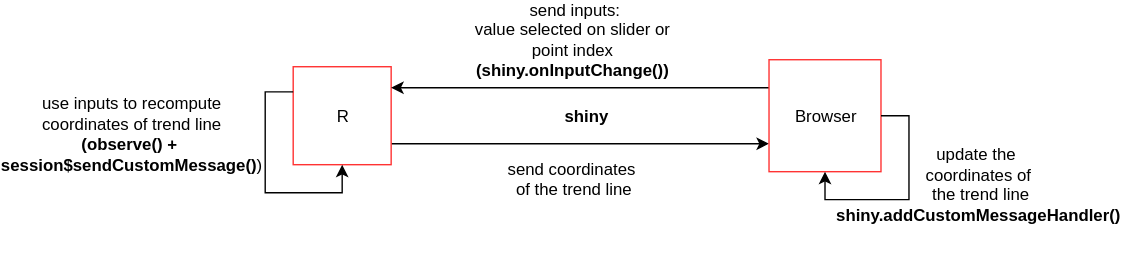
This is report/rmd-dissertation/fig/tl-shiny-diagram.svg from ysoh286/honours-project-2017, a draw.io export, as it was before one commit. Source tidied: cells renumbered, new cells last; positions are measured from the earlier drawing's top-left corner, leaving out a move shared by most shapes. Its diagram source:
```xml
<mxGraphModel background="#ffffff">
  <root>
    <mxCell id="0" />
    <mxCell id="1" parent="0" />
    <mxCell id="2" style="edgeStyle=orthogonalEdgeStyle;rounded=0;html=1;jettySize=auto;strokeColor=#000000;fillColor=#0000FF;entryX=0;entryY=0.75;" parent="1" edge="1" source="3" target="5">
      <mxGeometry relative="1" as="geometry">
        <Array as="points">
          <mxPoint x="350" y="85" />
          <mxPoint x="350" y="85" />
        </Array>
      </mxGeometry>
    </mxCell>
    <mxCell id="3" value="R" style="whiteSpace=wrap;html=1;strokeColor=#FF3333;fillColor=#FFFFFF;" parent="1" vertex="1">
      <mxGeometry x="180" y="30" width="70" height="70" as="geometry" />
    </mxCell>
    <mxCell id="4" style="edgeStyle=orthogonalEdgeStyle;rounded=0;html=1;exitX=0;exitY=0.25;jettySize=auto;strokeColor=#000000;fillColor=#0000FF;" parent="1" edge="1" source="5">
      <mxGeometry relative="1" as="geometry">
        <mxPoint x="250" y="45" as="targetPoint" />
      </mxGeometry>
    </mxCell>
    <mxCell id="5" value="Browser" style="whiteSpace=wrap;html=1;strokeColor=#FF3333;fillColor=#FFFFFF;" parent="1" vertex="1">
      <mxGeometry x="520" y="25" width="80" height="80" as="geometry" />
    </mxCell>
    <mxCell id="6" value="send coordinates&amp;nbsp;&lt;div&gt;of the trend line&lt;/div&gt;" style="text;html=1;strokeColor=none;fillColor=none;align=center;verticalAlign=middle;whiteSpace=wrap;" parent="1" vertex="1">
      <mxGeometry x="330" y="100" width="100" height="20" as="geometry" />
    </mxCell>
    <mxCell id="7" value="&lt;div&gt;&lt;br&gt;&lt;/div&gt;update the&amp;nbsp;&lt;div&gt;&lt;span&gt;coordinates of&lt;/span&gt;&lt;/div&gt;&lt;div&gt;&lt;span&gt;&amp;nbsp;the trend line&lt;/span&gt;&lt;div&gt;&lt;b&gt;shiny.addCustomMessageHandler()&lt;/b&gt;&lt;br&gt;&lt;/div&gt;&lt;/div&gt;" style="text;html=1;strokeColor=none;fillColor=none;align=center;verticalAlign=middle;whiteSpace=wrap;" parent="1" vertex="1">
      <mxGeometry x="610" y="53" width="120" height="105" as="geometry" />
    </mxCell>
    <mxCell id="8" value="&lt;b&gt;&amp;nbsp;&lt;/b&gt;send inputs:&lt;div&gt;value selected on slider or point index&lt;/div&gt;&lt;div&gt;&lt;b&gt;(shiny.onInputChange())&lt;/b&gt;&lt;/div&gt;" style="text;html=1;strokeColor=none;fillColor=none;align=center;verticalAlign=middle;whiteSpace=wrap;" parent="1" vertex="1">
      <mxGeometry x="295" width="170" height="20" as="geometry" />
    </mxCell>
    <mxCell id="9" value="&lt;div&gt;&lt;br&gt;&lt;/div&gt;use inputs to recompute coordinates of trend line&lt;div&gt;&lt;b&gt;(&lt;span&gt;observe() +&amp;nbsp;&lt;/span&gt;&lt;/b&gt;&lt;/div&gt;&lt;div&gt;&lt;b&gt;session$sendCustomMessage()&lt;/b&gt;)&lt;/div&gt;" style="text;html=1;strokeColor=none;fillColor=none;align=center;verticalAlign=middle;whiteSpace=wrap;" parent="1" vertex="1">
      <mxGeometry y="5" width="130" height="130" as="geometry" />
    </mxCell>
    <mxCell id="10" style="edgeStyle=orthogonalEdgeStyle;rounded=0;html=1;exitX=1;exitY=0.5;entryX=0.5;entryY=1;jettySize=auto;orthogonalLoop=1;strokeColor=#000000;fillColor=#0000FF;" parent="1" edge="1" source="5" target="5">
      <mxGeometry relative="1" as="geometry" />
    </mxCell>
    <mxCell id="11" style="edgeStyle=orthogonalEdgeStyle;rounded=0;html=1;exitX=0.5;exitY=1;jettySize=auto;orthogonalLoop=1;strokeColor=#000000;fillColor=#0000FF;" parent="1" edge="1" source="7" target="7">
      <mxGeometry relative="1" as="geometry" />
    </mxCell>
    <mxCell id="12" style="edgeStyle=orthogonalEdgeStyle;rounded=0;html=1;exitX=0;exitY=0.25;entryX=0.5;entryY=1;jettySize=auto;orthogonalLoop=1;strokeColor=#000000;fillColor=#0000FF;" parent="1" edge="1" source="3" target="3">
      <mxGeometry relative="1" as="geometry" />
    </mxCell>
    <mxCell id="13" value="shiny" style="text;html=1;strokeColor=none;fillColor=none;align=center;verticalAlign=middle;whiteSpace=wrap;fontStyle=1;" parent="1" vertex="1">
      <mxGeometry x="370" y="55" width="40" height="20" as="geometry" />
    </mxCell>
  </root>
</mxGraphModel>
```
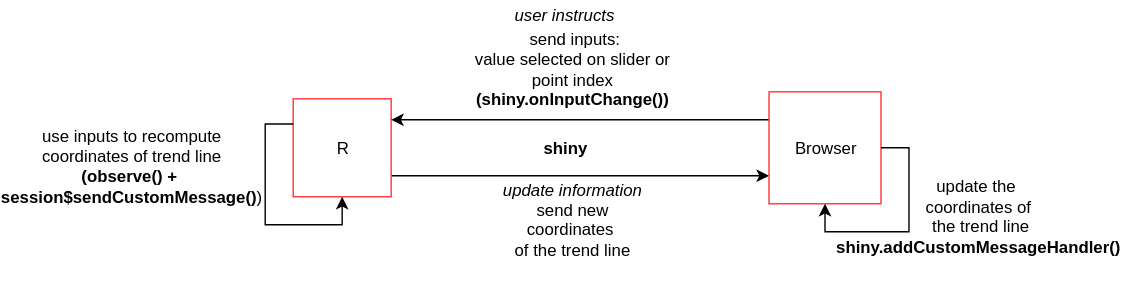
After the commit.

Diff of the diagram source:
```diff
@@ -2,48 +2,54 @@
   <root>
     <mxCell id="0" />
     <mxCell id="1" parent="0" />
-    <mxCell id="2" style="edgeStyle=orthogonalEdgeStyle;rounded=0;html=1;jettySize=auto;strokeColor=#000000;fillColor=#0000FF;entryX=0;entryY=0.75;" parent="1" edge="1" source="3" target="5">
-      <mxGeometry relative="1" as="geometry">
-        <Array as="points">
-          <mxPoint x="350" y="85" />
-          <mxPoint x="350" y="85" />
-        </Array>
-      </mxGeometry>
-    </mxCell>
-    <mxCell id="3" value="R" style="whiteSpace=wrap;html=1;strokeColor=#FF3333;fillColor=#FFFFFF;" parent="1" vertex="1">
-      <mxGeometry x="180" y="30" width="70" height="70" as="geometry" />
+    <mxCell id="3" style="edgeStyle=orthogonalEdgeStyle;rounded=0;html=1;jettySize=auto;strokeColor=#000000;fillColor=#0000FF;entryX=0;entryY=0.75;" parent="1" edge="1" source="5" target="15">
+      <mxGeometry relative="1" as="geometry">
+        <Array as="points">
+          <mxPoint x="432" y="16" />
+          <mxPoint x="432" y="16" />
+        </Array>
+      </mxGeometry>
     </mxCell>
-    <mxCell id="4" style="edgeStyle=orthogonalEdgeStyle;rounded=0;html=1;exitX=0;exitY=0.25;jettySize=auto;strokeColor=#000000;fillColor=#0000FF;" parent="1" edge="1" source="5">
-      <mxGeometry relative="1" as="geometry">
-        <mxPoint x="250" y="45" as="targetPoint" />
-      </mxGeometry>
-    </mxCell>
-    <mxCell id="5" value="Browser" style="whiteSpace=wrap;html=1;strokeColor=#FF3333;fillColor=#FFFFFF;" parent="1" vertex="1">
-      <mxGeometry x="520" y="25" width="80" height="80" as="geometry" />
+    <mxCell id="5" value="R" style="whiteSpace=wrap;html=1;strokeColor=#FF3333;fillColor=#FFFFFF;" parent="1" vertex="1">
+      <mxGeometry x="262" y="-39" width="70" height="70" as="geometry" />
     </mxCell>
+    <mxCell id="14" style="edgeStyle=orthogonalEdgeStyle;rounded=0;html=1;exitX=0;exitY=0.25;jettySize=auto;strokeColor=#000000;fillColor=#0000FF;" parent="1" edge="1" source="15">
+      <mxGeometry relative="1" as="geometry">
+        <mxPoint x="332" y="-24" as="targetPoint" />
+      </mxGeometry>
+    </mxCell>
+    <mxCell id="15" value="Browser" style="whiteSpace=wrap;html=1;strokeColor=#FF3333;fillColor=#FFFFFF;" parent="1" vertex="1">
+      <mxGeometry x="602" y="-44" width="80" height="80" as="geometry" />
+    </mxCell>
-    <mxCell id="6" value="send coordinates&amp;nbsp;&lt;div&gt;of the trend line&lt;/div&gt;" style="text;html=1;strokeColor=none;fillColor=none;align=center;verticalAlign=middle;whiteSpace=wrap;" parent="1" vertex="1">
-      <mxGeometry x="330" y="100" width="100" height="20" as="geometry" />
+    <mxCell id="6" value="send new coordinates&amp;nbsp;&lt;div&gt;of the trend line&lt;/div&gt;" style="text;html=1;strokeColor=none;fillColor=none;align=center;verticalAlign=middle;whiteSpace=wrap;" parent="1" vertex="1">
+      <mxGeometry x="412" y="44" width="100" height="20" as="geometry" />
     </mxCell>
+    <mxCell id="16" value="&lt;div&gt;&lt;br&gt;&lt;/div&gt;update the&amp;nbsp;&lt;div&gt;&lt;span&gt;coordinates of&lt;/span&gt;&lt;/div&gt;&lt;div&gt;&lt;span&gt;&amp;nbsp;the trend line&lt;/span&gt;&lt;div&gt;&lt;b&gt;shiny.addCustomMessageHandler()&lt;/b&gt;&lt;br&gt;&lt;/div&gt;&lt;/div&gt;" style="text;html=1;strokeColor=none;fillColor=none;align=center;verticalAlign=middle;whiteSpace=wrap;" parent="1" vertex="1">
+      <mxGeometry x="692" y="-16" width="120" height="105" as="geometry" />
+    </mxCell>
+    <mxCell id="17" value="&lt;b&gt;&amp;nbsp;&lt;/b&gt;send inputs:&lt;div&gt;value selected on slider or point index&lt;/div&gt;&lt;div&gt;&lt;b&gt;(shiny.onInputChange())&lt;/b&gt;&lt;/div&gt;" style="text;html=1;strokeColor=none;fillColor=none;align=center;verticalAlign=middle;whiteSpace=wrap;" parent="1" vertex="1">
+      <mxGeometry x="377" y="-71" width="170" height="20" as="geometry" />
+    </mxCell>
+    <mxCell id="18" value="&lt;div&gt;&lt;br&gt;&lt;/div&gt;use inputs to recompute coordinates of trend line&lt;div&gt;&lt;b&gt;(&lt;span&gt;observe() +&amp;nbsp;&lt;/span&gt;&lt;/b&gt;&lt;/div&gt;&lt;div&gt;&lt;b&gt;session$sendCustomMessage()&lt;/b&gt;)&lt;/div&gt;" style="text;html=1;strokeColor=none;fillColor=none;align=center;verticalAlign=middle;whiteSpace=wrap;" parent="1" vertex="1">
+      <mxGeometry x="82" y="-64" width="130" height="130" as="geometry" />
+    </mxCell>
-    <mxCell id="7" value="&lt;div&gt;&lt;br&gt;&lt;/div&gt;update the&amp;nbsp;&lt;div&gt;&lt;span&gt;coordinates of&lt;/span&gt;&lt;/div&gt;&lt;div&gt;&lt;span&gt;&amp;nbsp;the trend line&lt;/span&gt;&lt;div&gt;&lt;b&gt;shiny.addCustomMessageHandler()&lt;/b&gt;&lt;br&gt;&lt;/div&gt;&lt;/div&gt;" style="text;html=1;strokeColor=none;fillColor=none;align=center;verticalAlign=middle;whiteSpace=wrap;" parent="1" vertex="1">
-      <mxGeometry x="610" y="53" width="120" height="105" as="geometry" />
+    <mxCell id="7" style="edgeStyle=orthogonalEdgeStyle;rounded=0;html=1;exitX=1;exitY=0.5;entryX=0.5;entryY=1;jettySize=auto;orthogonalLoop=1;strokeColor=#000000;fillColor=#0000FF;" parent="1" edge="1" source="15" target="15">
+      <mxGeometry relative="1" as="geometry" />
     </mxCell>
+    <mxCell id="19" style="edgeStyle=orthogonalEdgeStyle;rounded=0;html=1;exitX=0.5;exitY=1;jettySize=auto;orthogonalLoop=1;strokeColor=#000000;fillColor=#0000FF;" parent="1" edge="1" source="16" target="16">
+      <mxGeometry relative="1" as="geometry" />
+    </mxCell>
-    <mxCell id="8" value="&lt;b&gt;&amp;nbsp;&lt;/b&gt;send inputs:&lt;div&gt;value selected on slider or point index&lt;/div&gt;&lt;div&gt;&lt;b&gt;(shiny.onInputChange())&lt;/b&gt;&lt;/div&gt;" style="text;html=1;strokeColor=none;fillColor=none;align=center;verticalAlign=middle;whiteSpace=wrap;" parent="1" vertex="1">
-      <mxGeometry x="295" width="170" height="20" as="geometry" />
+    <mxCell id="8" style="edgeStyle=orthogonalEdgeStyle;rounded=0;html=1;exitX=0;exitY=0.25;entryX=0.5;entryY=1;jettySize=auto;orthogonalLoop=1;strokeColor=#000000;fillColor=#0000FF;" parent="1" edge="1" source="5" target="5">
+      <mxGeometry relative="1" as="geometry" />
     </mxCell>
-    <mxCell id="9" value="&lt;div&gt;&lt;br&gt;&lt;/div&gt;use inputs to recompute coordinates of trend line&lt;div&gt;&lt;b&gt;(&lt;span&gt;observe() +&amp;nbsp;&lt;/span&gt;&lt;/b&gt;&lt;/div&gt;&lt;div&gt;&lt;b&gt;session$sendCustomMessage()&lt;/b&gt;)&lt;/div&gt;" style="text;html=1;strokeColor=none;fillColor=none;align=center;verticalAlign=middle;whiteSpace=wrap;" parent="1" vertex="1">
-      <mxGeometry y="5" width="130" height="130" as="geometry" />
+    <mxCell id="9" value="shiny" style="text;html=1;strokeColor=none;fillColor=none;align=center;verticalAlign=middle;whiteSpace=wrap;fontStyle=1;" parent="1" vertex="1">
+      <mxGeometry x="437" y="-14" width="40" height="20" as="geometry" />
     </mxCell>
-    <mxCell id="10" style="edgeStyle=orthogonalEdgeStyle;rounded=0;html=1;exitX=1;exitY=0.5;entryX=0.5;entryY=1;jettySize=auto;orthogonalLoop=1;strokeColor=#000000;fillColor=#0000FF;" parent="1" edge="1" source="5" target="5">
-      <mxGeometry relative="1" as="geometry" />
-    </mxCell>
-    <mxCell id="11" style="edgeStyle=orthogonalEdgeStyle;rounded=0;html=1;exitX=0.5;exitY=1;jettySize=auto;orthogonalLoop=1;strokeColor=#000000;fillColor=#0000FF;" parent="1" edge="1" source="7" target="7">
-      <mxGeometry relative="1" as="geometry" />
-    </mxCell>
-    <mxCell id="12" style="edgeStyle=orthogonalEdgeStyle;rounded=0;html=1;exitX=0;exitY=0.25;entryX=0.5;entryY=1;jettySize=auto;orthogonalLoop=1;strokeColor=#000000;fillColor=#0000FF;" parent="1" edge="1" source="3" target="3">
-      <mxGeometry relative="1" as="geometry" />
-    </mxCell>
-    <mxCell id="13" value="shiny" style="text;html=1;strokeColor=none;fillColor=none;align=center;verticalAlign=middle;whiteSpace=wrap;fontStyle=1;" parent="1" vertex="1">
-      <mxGeometry x="370" y="55" width="40" height="20" as="geometry" />
-    </mxCell>
+    <mxCell id="20" value="user instructs&amp;nbsp;" style="text;html=1;strokeColor=none;fillColor=none;align=center;verticalAlign=middle;whiteSpace=wrap;rounded=0;fontStyle=2;" parent="1" vertex="1">
+      <mxGeometry x="372" y="-109" width="170" height="20" as="geometry" />
+    </mxCell>
+    <mxCell id="21" value="update information" style="text;html=1;strokeColor=none;fillColor=none;align=center;verticalAlign=middle;whiteSpace=wrap;rounded=0;fontStyle=2;" parent="1" vertex="1">
+      <mxGeometry x="407" y="16" width="110" height="20" as="geometry" />
+    </mxCell>
   </root>
 </mxGraphModel>
```
